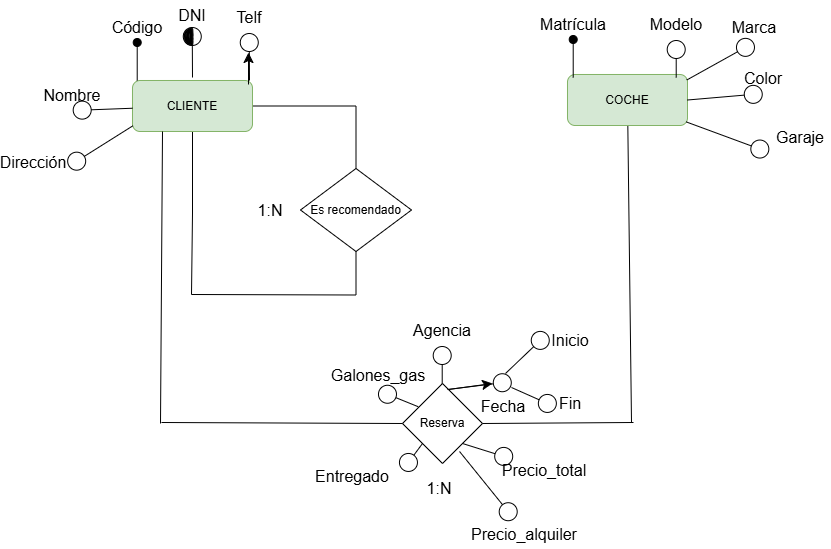
The draw.io diagram Data Base/Coches.drawio.png in Samue45/1-DAM, before a commit. Source tidied: cells renumbered, new cells last; positions are measured from the earlier drawing's top-left corner, leaving out a move shared by most shapes.
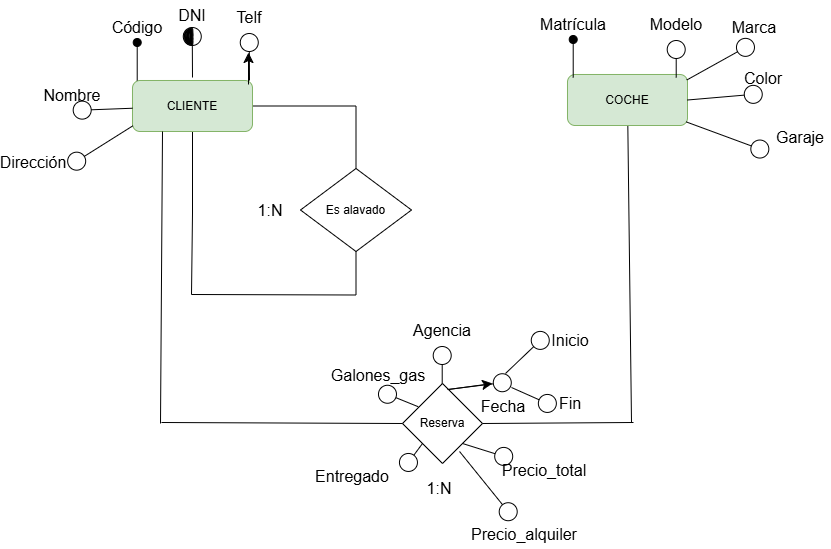
The same file after the commit.

Change to the diagram source:
```diff
@@ -21,7 +21,7 @@
     <mxCell id="6" value="COCHE" style="rounded=1;whiteSpace=wrap;html=1;fillColor=#d5e8d4;strokeColor=#82b366;" parent="1" vertex="1">
       <mxGeometry x="564" y="74" width="120" height="51" as="geometry" />
     </mxCell>
-    <mxCell id="7" value="Es recomendado" style="rhombus;whiteSpace=wrap;html=1;" parent="1" vertex="1">
+    <mxCell id="7" value="Es alavado" style="rhombus;whiteSpace=wrap;html=1;" parent="1" vertex="1">
       <mxGeometry x="297" y="168" width="111" height="83" as="geometry" />
     </mxCell>
     <mxCell id="8" style="endArrow=none;html=1;rounded=0;fontSize=12;startSize=8;endSize=8;edgeStyle=orthogonalEdgeStyle;entryX=0.5;entryY=1;entryDx=0;entryDy=0;" parent="1" edge="1" target="7">
```
